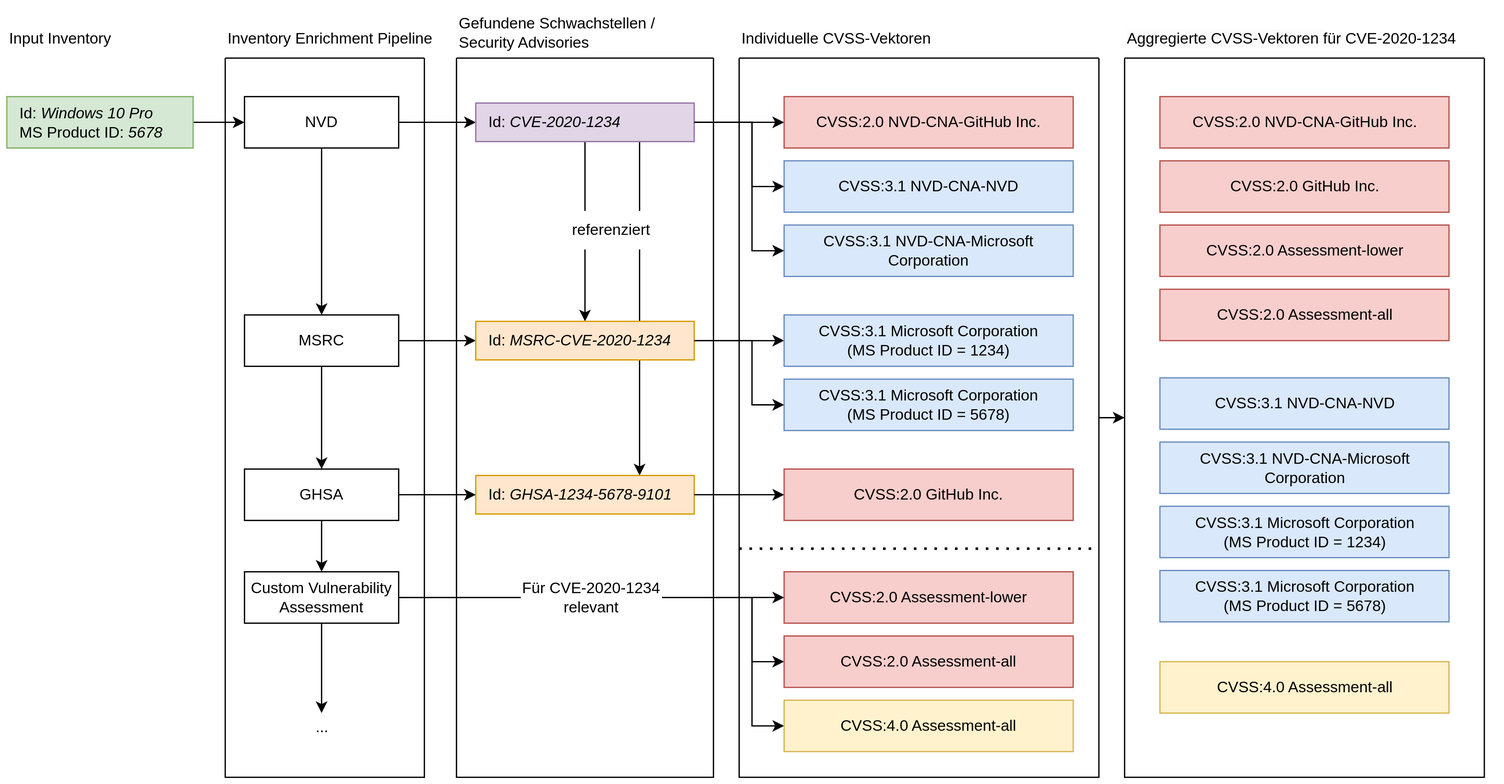
Above: res/grafiken/cvss-selection-process-collection.svg in YanWittmann/hsma-praxissemesterbericht-WS2023-24 (draw.io), before the change. Source tidied: cells renumbered, new cells last; positions are measured from the earlier drawing's top-left corner, leaving out a move shared by most shapes.
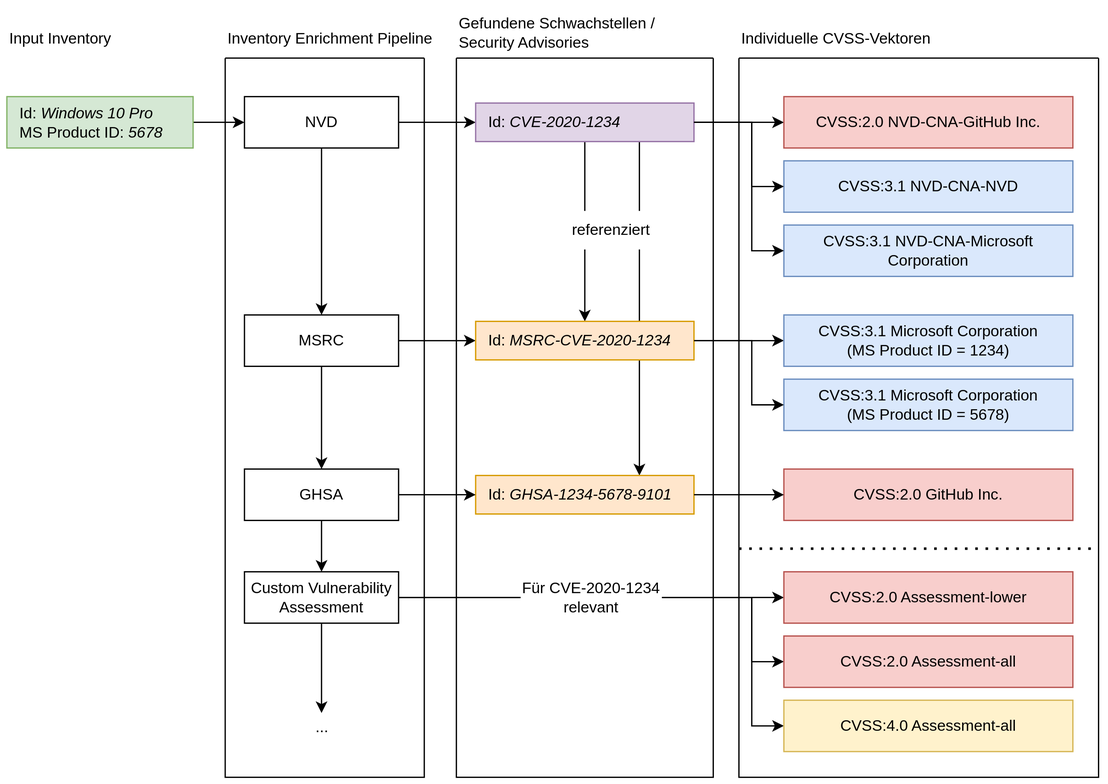
The same file after the commit.

Diff of the diagram source:
```diff
@@ -68,9 +68,6 @@
     <mxCell id="19" style="edgeStyle=orthogonalEdgeStyle;rounded=0;jettySize=auto;html=1;entryX=0.5;entryY=0;entryDx=0;entryDy=0;" parent="1" edge="1" source="16" target="7">
       <mxGeometry relative="1" as="geometry" />
     </mxCell>
-    <mxCell id="20" style="edgeStyle=orthogonalEdgeStyle;rounded=0;jettySize=auto;html=1;" parent="1" edge="1" source="21" target="36">
-      <mxGeometry relative="1" as="geometry" />
-    </mxCell>
     <mxCell id="21" style="swimlane;startSize=0;hachureGap=4;fontFamily=Architects Daughter;fontSource=https%3A%2F%2Ffonts.googleapis.com%2Fcss%3Ffamily%3DArchitects%2BDaughter;" parent="1" vertex="1">
       <mxGeometry x="570" y="40" width="280" height="560" as="geometry" />
     </mxCell>
@@ -119,36 +116,6 @@
     <mxCell id="35" value="..." style="text;html=1;align=center;verticalAlign=middle;strokeColor=none;fillColor=none;" parent="1" vertex="1">
       <mxGeometry x="230" y="546" width="30" height="30" as="geometry" />
     </mxCell>
-    <mxCell id="36" style="swimlane;startSize=0;hachureGap=4;fontFamily=Architects Daughter;fontSource=https%3A%2F%2Ffonts.googleapis.com%2Fcss%3Ffamily%3DArchitects%2BDaughter;" parent="1" vertex="1">
-      <mxGeometry x="870" y="40" width="280" height="560" as="geometry" />
-    </mxCell>
-    <mxCell id="37" value="&lt;div&gt;CVSS:2.0 NVD-CNA-GitHub&amp;nbsp;&lt;span style=&quot;background-color: initial;&quot;&gt;Inc.&lt;/span&gt;&lt;/div&gt;" style="rounded=0;whiteSpace=wrap;html=1;hachureGap=4;fontFamily=Helvetica;fillColor=#f8cecc;strokeColor=#b85450;" parent="36" vertex="1">
-      <mxGeometry x="27.5" y="30" width="225" height="40" as="geometry" />
-    </mxCell>
-    <mxCell id="38" value="CVSS:2.0 GitHub Inc." style="rounded=0;whiteSpace=wrap;html=1;hachureGap=4;fontFamily=Helvetica;fillColor=#f8cecc;strokeColor=#b85450;" parent="36" vertex="1">
-      <mxGeometry x="27.5" y="80" width="225" height="40" as="geometry" />
-    </mxCell>
-    <mxCell id="39" value="CVSS:2.0 Assessment-lower" style="rounded=0;whiteSpace=wrap;html=1;hachureGap=4;fontFamily=Helvetica;fillColor=#f8cecc;strokeColor=#b85450;" parent="36" vertex="1">
-      <mxGeometry x="27.5" y="130" width="225" height="40" as="geometry" />
-    </mxCell>
-    <mxCell id="40" value="CVSS:2.0 Assessment-all" style="rounded=0;whiteSpace=wrap;html=1;hachureGap=4;fontFamily=Helvetica;fillColor=#f8cecc;strokeColor=#b85450;" parent="36" vertex="1">
-      <mxGeometry x="27.5" y="180" width="225" height="40" as="geometry" />
-    </mxCell>
-    <mxCell id="41" value="CVSS:4.0 Assessment-all" style="rounded=0;whiteSpace=wrap;html=1;hachureGap=4;fontFamily=Helvetica;fillColor=#fff2cc;strokeColor=#d6b656;" parent="36" vertex="1">
-      <mxGeometry x="27.5" y="470" width="225" height="40" as="geometry" />
-    </mxCell>
-    <mxCell id="42" value="CVSS:3.1 NVD-CNA-NVD" style="rounded=0;whiteSpace=wrap;html=1;hachureGap=4;fontFamily=Helvetica;fillColor=#dae8fc;strokeColor=#6c8ebf;" parent="36" vertex="1">
-      <mxGeometry x="27.5" y="249" width="225" height="40" as="geometry" />
-    </mxCell>
-    <mxCell id="43" value="&lt;div&gt;CVSS:3.1 Microsoft&amp;nbsp;&lt;span style=&quot;background-color: initial;&quot;&gt;Corporation&lt;/span&gt;&lt;/div&gt;&lt;div&gt;&lt;span style=&quot;background-color: initial;&quot;&gt;(MS Product ID&amp;nbsp;&lt;/span&gt;&lt;span style=&quot;background-color: initial;&quot;&gt;= 1234)&lt;/span&gt;&lt;/div&gt;" style="rounded=0;whiteSpace=wrap;html=1;hachureGap=4;fontFamily=Helvetica;fillColor=#dae8fc;strokeColor=#6c8ebf;" parent="36" vertex="1">
-      <mxGeometry x="27.5" y="349" width="225" height="40" as="geometry" />
-    </mxCell>
-    <mxCell id="44" value="&lt;div&gt;CVSS:3.1 Microsoft&amp;nbsp;&lt;span style=&quot;background-color: initial;&quot;&gt;Corporation&lt;/span&gt;&lt;/div&gt;&lt;div&gt;&lt;span style=&quot;background-color: initial;&quot;&gt;(MS Product ID&amp;nbsp;&lt;/span&gt;&lt;span style=&quot;background-color: initial;&quot;&gt;= 5678)&lt;/span&gt;&lt;/div&gt;" style="rounded=0;whiteSpace=wrap;html=1;hachureGap=4;fontFamily=Helvetica;fillColor=#dae8fc;strokeColor=#6c8ebf;" parent="36" vertex="1">
-      <mxGeometry x="27.5" y="399" width="225" height="40" as="geometry" />
-    </mxCell>
-    <mxCell id="45" value="CVSS:3.1&amp;nbsp;NVD-CNA-Microsoft Corporation" style="rounded=0;whiteSpace=wrap;html=1;hachureGap=4;fontFamily=Helvetica;fillColor=#dae8fc;strokeColor=#6c8ebf;" parent="36" vertex="1">
-      <mxGeometry x="27.5" y="299" width="225" height="40" as="geometry" />
-    </mxCell>
     <mxCell id="46" style="swimlane;startSize=0;" parent="1" vertex="1">
       <mxGeometry x="350" y="40" width="200" height="560" as="geometry" />
     </mxCell>
@@ -206,8 +173,5 @@
     <mxCell id="59" style="edgeStyle=orthogonalEdgeStyle;rounded=0;jettySize=auto;html=1;entryX=0;entryY=0.5;entryDx=0;entryDy=0;" parent="1" edge="1" source="7" target="51">
       <mxGeometry relative="1" as="geometry" />
     </mxCell>
-    <mxCell id="60" value="&lt;span style=&quot;color: rgb(0, 0, 0); font-family: Helvetica; font-size: 12px; font-style: normal; font-variant-ligatures: normal; font-variant-caps: normal; font-weight: 400; letter-spacing: normal; orphans: 2; text-align: left; text-indent: 0px; text-transform: none; widows: 2; word-spacing: 0px; -webkit-text-stroke-width: 0px; white-space: nowrap; background-color: rgb(251, 251, 251); text-decoration-thickness: initial; text-decoration-style: initial; text-decoration-color: initial; display: inline !important; float: none;&quot;&gt;Aggregierte CVSS-Vektoren&amp;nbsp;&lt;/span&gt;&lt;span style=&quot;color: rgb(0, 0, 0); font-family: Helvetica; font-size: 12px; font-style: normal; font-variant-ligatures: normal; font-variant-caps: normal; font-weight: 400; letter-spacing: normal; orphans: 2; text-align: left; text-indent: 0px; text-transform: none; widows: 2; word-spacing: 0px; -webkit-text-stroke-width: 0px; white-space: nowrap; background-color: initial; text-decoration-thickness: initial; text-decoration-style: initial; text-decoration-color: initial;&quot;&gt;für&amp;nbsp;&lt;/span&gt;&lt;span style=&quot;color: rgb(0, 0, 0); font-family: Helvetica; font-size: 12px; font-style: normal; font-variant-ligatures: normal; font-variant-caps: normal; font-weight: 400; letter-spacing: normal; orphans: 2; text-align: left; text-indent: 0px; text-transform: none; widows: 2; word-spacing: 0px; -webkit-text-stroke-width: 0px; white-space: normal; background-color: initial; text-decoration-thickness: initial; text-decoration-style: initial; text-decoration-color: initial;&quot;&gt;CVE-2020-&lt;/span&gt;&lt;span style=&quot;color: rgb(0, 0, 0); font-family: Helvetica; font-size: 12px; font-style: normal; font-variant-ligatures: normal; font-variant-caps: normal; font-weight: 400; letter-spacing: normal; orphans: 2; text-align: left; text-indent: 0px; text-transform: none; widows: 2; word-spacing: 0px; -webkit-text-stroke-width: 0px; white-space: normal; background-color: initial; text-decoration-thickness: initial; text-decoration-style: initial; text-decoration-color: initial;&quot;&gt;1234&lt;/span&gt;" style="text;whiteSpace=wrap;html=1;verticalAlign=middle;" parent="1" vertex="1">
-      <mxGeometry x="870" y="10" width="290" height="30" as="geometry" />
-    </mxCell>
   </root>
 </mxGraphModel>
```
